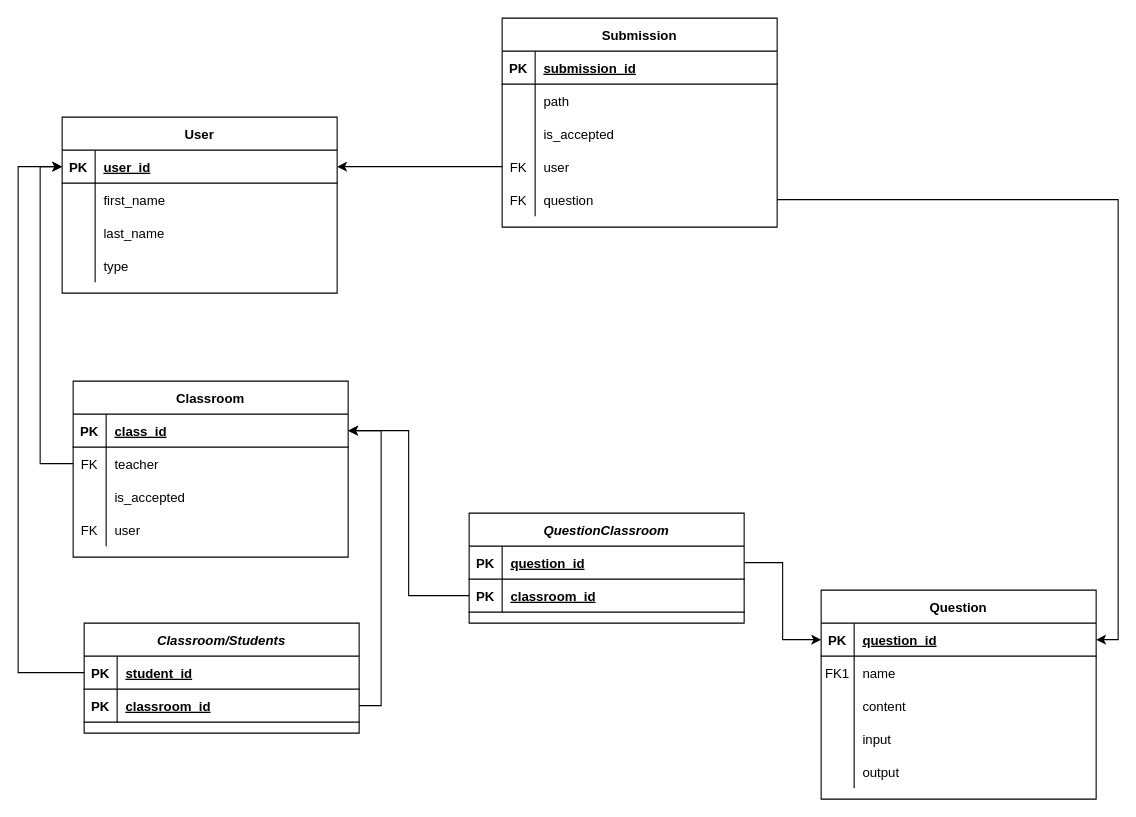
Above: ER-diagram.drawio in A13k5-5/CodeProfesseur (draw.io), before the change. Source tidied: cells renumbered, new cells numbered last; positions are measured from the earlier drawing's top-left corner, leaving out a move shared by most shapes. Both pictures are drawn from the tidied source at 110%, with x=0, y=0 at pixel (18, 18).
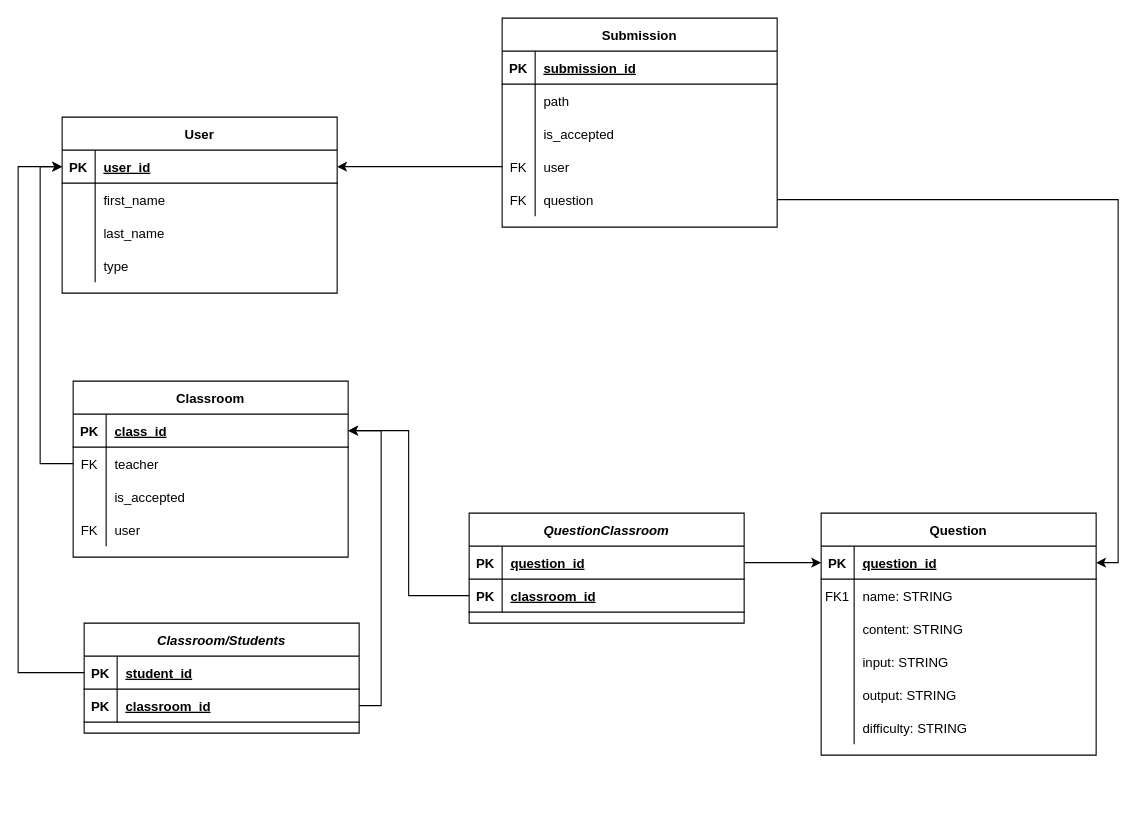
After the change.

Unchanged cells that the change refers to:
```xml
<mxCell id="6" style="shape=partialRectangle;fillColor=none;top=0;left=0;right=0;bottom=0;" parent="2" vertex="1">
  <mxGeometry y="60" width="250" height="30" as="geometry" />
</mxCell>
<mxCell id="9" style="shape=partialRectangle;fillColor=none;top=0;left=0;right=0;bottom=0;" parent="2" vertex="1">
  <mxGeometry y="90" width="250" height="30" as="geometry" />
</mxCell>
<mxCell id="12" style="shape=partialRectangle;fillColor=none;top=0;left=0;right=0;bottom=0;" parent="2" vertex="1">
  <mxGeometry y="120" width="250" height="30" as="geometry" />
</mxCell>
<mxCell id="15" style="shape=partialRectangle;fillColor=none;top=0;left=0;right=0;bottom=0;" parent="2" vertex="1">
  <mxGeometry y="150" width="250" height="30" as="geometry" />
</mxCell>
```

Change to the diagram source:
```diff
@@
     <mxCell id="2" value="Question" style="shape=table;startSize=30;childLayout=tableLayout;rowLines=0;fontStyle=1;align=center;" parent="1" vertex="1">
-      <mxGeometry x="730" y="520" width="250" height="190" as="geometry" />
+      <mxGeometry x="730" y="450" width="250" height="220" as="geometry" />
     </mxCell>
@@
-    <mxCell id="8" value="name" style="shape=partialRectangle;overflow=hidden;fillColor=none;top=0;left=0;bottom=0;right=0;align=left;spacingLeft=6;" parent="6" vertex="1">
+    <mxCell id="8" value="name: STRING" style="shape=partialRectangle;overflow=hidden;fillColor=none;top=0;left=0;bottom=0;right=0;align=left;spacingLeft=6;" parent="6" vertex="1">
       <mxGeometry x="30" width="220" height="30" as="geometry" />
     </mxCell>
@@
-    <mxCell id="11" value="content" style="shape=partialRectangle;overflow=hidden;fillColor=none;top=0;left=0;bottom=0;right=0;align=left;spacingLeft=6;" parent="9" vertex="1">
+    <mxCell id="11" value="content: STRING" style="shape=partialRectangle;overflow=hidden;fillColor=none;top=0;left=0;bottom=0;right=0;align=left;spacingLeft=6;" parent="9" vertex="1">
       <mxGeometry x="30" width="220" height="30" as="geometry" />
     </mxCell>
@@
-    <mxCell id="14" value="input" style="shape=partialRectangle;overflow=hidden;fillColor=none;top=0;left=0;bottom=0;right=0;align=left;spacingLeft=6;" parent="12" vertex="1">
+    <mxCell id="14" value="input: STRING" style="shape=partialRectangle;overflow=hidden;fillColor=none;top=0;left=0;bottom=0;right=0;align=left;spacingLeft=6;" parent="12" vertex="1">
       <mxGeometry x="30" width="220" height="30" as="geometry" />
     </mxCell>
@@
-    <mxCell id="17" value="output" style="shape=partialRectangle;overflow=hidden;fillColor=none;top=0;left=0;bottom=0;right=0;align=left;spacingLeft=6;" parent="15" vertex="1">
+    <mxCell id="17" value="output: STRING" style="shape=partialRectangle;overflow=hidden;fillColor=none;top=0;left=0;bottom=0;right=0;align=left;spacingLeft=6;" parent="15" vertex="1">
       <mxGeometry x="30" width="220" height="30" as="geometry" />
     </mxCell>
+    <mxCell id="81" style="shape=partialRectangle;fillColor=none;top=0;left=0;right=0;bottom=0;" parent="2" vertex="1">
+      <mxGeometry y="180" width="250" height="30" as="geometry" />
+    </mxCell>
+    <mxCell id="82" style="shape=partialRectangle;overflow=hidden;fillColor=none;top=0;left=0;bottom=0;right=0;" parent="81" vertex="1">
+      <mxGeometry width="30" height="30" as="geometry" />
+    </mxCell>
+    <mxCell id="83" value="difficulty: STRING" style="shape=partialRectangle;overflow=hidden;fillColor=none;top=0;left=0;bottom=0;right=0;align=left;spacingLeft=6;" parent="81" vertex="1">
+      <mxGeometry x="30" width="220" height="30" as="geometry" />
+    </mxCell>
```
